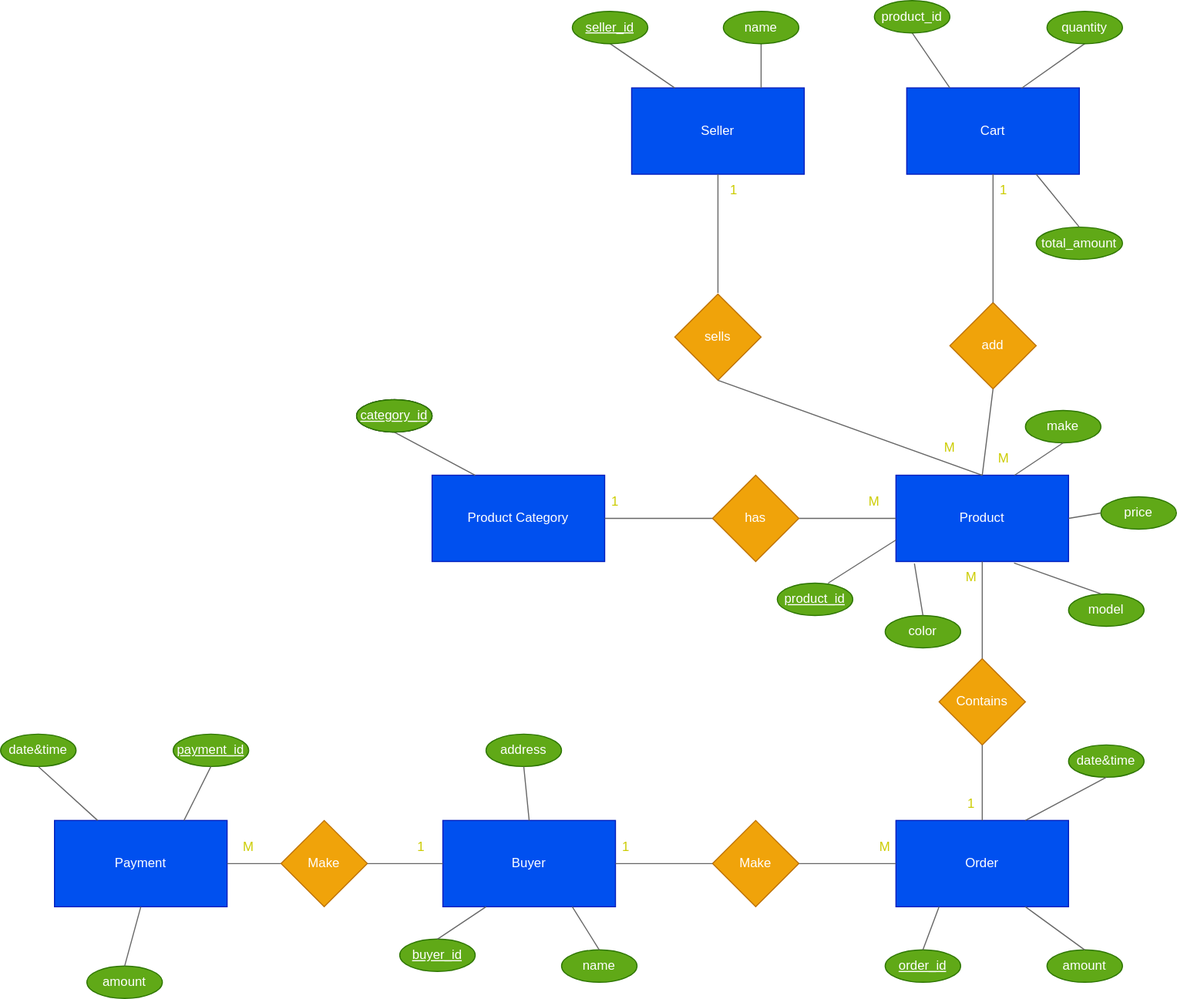
Hemakanth1/shopping-cart-system keeps this draw.io diagram as ER_diagram.drawio.svg. Above is the earlier version. Source tidied: cells renumbered, new cells last; positions are measured from the earlier drawing's top-left corner, leaving out a move shared by most shapes.
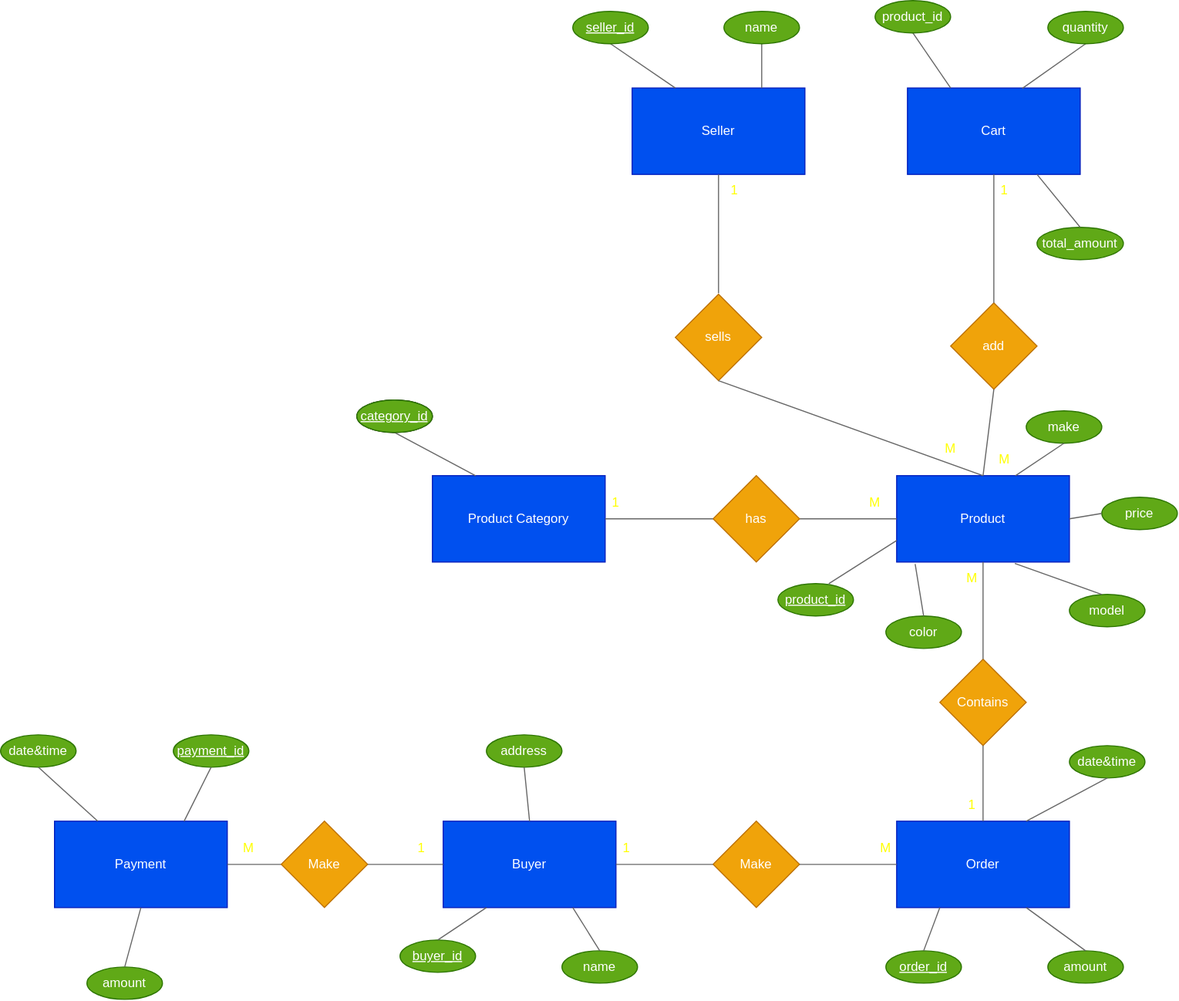
Above is the later version.

Diff of the diagram source:
```diff
@@ -204,40 +204,40 @@
     <mxCell id="67" value="quantity" style="ellipse;whiteSpace=wrap;html=1;fontColor=#ffffff;fillColor=#60a917;strokeColor=#2D7600;" parent="1" vertex="1">
       <mxGeometry x="970" y="10" width="70" height="30" as="geometry" />
     </mxCell>
-    <mxCell id="68" value="M" style="text;html=1;strokeColor=none;fillColor=none;align=center;verticalAlign=middle;whiteSpace=wrap;rounded=0;fontColor=#CCCC00;" parent="1" vertex="1">
+    <mxCell id="68" value="M" style="text;html=1;strokeColor=none;fillColor=none;align=center;verticalAlign=middle;whiteSpace=wrap;rounded=0;fontColor=#FFFF00;" parent="1" vertex="1">
       <mxGeometry x="200" y="770" width="60" height="30" as="geometry" />
     </mxCell>
-    <mxCell id="69" value="1" style="text;html=1;strokeColor=none;fillColor=none;align=center;verticalAlign=middle;whiteSpace=wrap;rounded=0;fontColor=#CCCC00;" parent="1" vertex="1">
+    <mxCell id="69" value="1" style="text;html=1;strokeColor=none;fillColor=none;align=center;verticalAlign=middle;whiteSpace=wrap;rounded=0;fontColor=#FFFF00;" parent="1" vertex="1">
       <mxGeometry x="360" y="770" width="60" height="30" as="geometry" />
     </mxCell>
-    <mxCell id="70" value="1" style="text;html=1;strokeColor=none;fillColor=none;align=center;verticalAlign=middle;whiteSpace=wrap;rounded=0;fontColor=#CCCC00;" parent="1" vertex="1">
+    <mxCell id="70" value="1" style="text;html=1;strokeColor=none;fillColor=none;align=center;verticalAlign=middle;whiteSpace=wrap;rounded=0;fontColor=#FFFF00;" parent="1" vertex="1">
       <mxGeometry x="550" y="770" width="60" height="30" as="geometry" />
     </mxCell>
-    <mxCell id="71" value="M" style="text;html=1;strokeColor=none;fillColor=none;align=center;verticalAlign=middle;whiteSpace=wrap;rounded=0;fontColor=#CCCC00;" parent="1" vertex="1">
+    <mxCell id="71" value="M" style="text;html=1;strokeColor=none;fillColor=none;align=center;verticalAlign=middle;whiteSpace=wrap;rounded=0;fontColor=#FFFF00;" parent="1" vertex="1">
       <mxGeometry x="790" y="770" width="60" height="30" as="geometry" />
     </mxCell>
-    <mxCell id="72" value="1" style="text;html=1;strokeColor=none;fillColor=none;align=center;verticalAlign=middle;whiteSpace=wrap;rounded=0;fontColor=#CCCC00;" parent="1" vertex="1">
+    <mxCell id="72" value="1" style="text;html=1;strokeColor=none;fillColor=none;align=center;verticalAlign=middle;whiteSpace=wrap;rounded=0;fontColor=#FFFF00;" parent="1" vertex="1">
       <mxGeometry x="870" y="730" width="60" height="30" as="geometry" />
     </mxCell>
-    <mxCell id="73" value="M" style="text;html=1;strokeColor=none;fillColor=none;align=center;verticalAlign=middle;whiteSpace=wrap;rounded=0;fontColor=#CCCC00;" parent="1" vertex="1">
+    <mxCell id="73" value="M" style="text;html=1;strokeColor=none;fillColor=none;align=center;verticalAlign=middle;whiteSpace=wrap;rounded=0;fontColor=#FFFF00;" parent="1" vertex="1">
       <mxGeometry x="870" y="520" width="60" height="30" as="geometry" />
     </mxCell>
-    <mxCell id="74" value="M" style="text;html=1;strokeColor=none;fillColor=none;align=center;verticalAlign=middle;whiteSpace=wrap;rounded=0;fontColor=#CCCC00;" parent="1" vertex="1">
+    <mxCell id="74" value="M" style="text;html=1;strokeColor=none;fillColor=none;align=center;verticalAlign=middle;whiteSpace=wrap;rounded=0;fontColor=#FFFF00;" parent="1" vertex="1">
       <mxGeometry x="900" y="410" width="60" height="30" as="geometry" />
     </mxCell>
-    <mxCell id="75" value="1" style="text;html=1;strokeColor=none;fillColor=none;align=center;verticalAlign=middle;whiteSpace=wrap;rounded=0;fontColor=#CCCC00;" parent="1" vertex="1">
+    <mxCell id="75" value="1" style="text;html=1;strokeColor=none;fillColor=none;align=center;verticalAlign=middle;whiteSpace=wrap;rounded=0;fontColor=#FFFF00;" parent="1" vertex="1">
       <mxGeometry x="900" y="161" width="60" height="30" as="geometry" />
     </mxCell>
-    <mxCell id="76" value="M" style="text;html=1;strokeColor=none;fillColor=none;align=center;verticalAlign=middle;whiteSpace=wrap;rounded=0;fontColor=#CCCC00;" parent="1" vertex="1">
+    <mxCell id="76" value="M" style="text;html=1;strokeColor=none;fillColor=none;align=center;verticalAlign=middle;whiteSpace=wrap;rounded=0;fontColor=#FFFF00;" parent="1" vertex="1">
       <mxGeometry x="850" y="400" width="60" height="30" as="geometry" />
     </mxCell>
-    <mxCell id="77" value="1" style="text;html=1;strokeColor=none;fillColor=none;align=center;verticalAlign=middle;whiteSpace=wrap;rounded=0;fontColor=#CCCC00;" parent="1" vertex="1">
+    <mxCell id="77" value="1" style="text;html=1;strokeColor=none;fillColor=none;align=center;verticalAlign=middle;whiteSpace=wrap;rounded=0;fontColor=#FFFF00;" parent="1" vertex="1">
       <mxGeometry x="650" y="161" width="60" height="30" as="geometry" />
     </mxCell>
-    <mxCell id="78" value="1" style="text;html=1;strokeColor=none;fillColor=none;align=center;verticalAlign=middle;whiteSpace=wrap;rounded=0;fontColor=#CCCC00;" parent="1" vertex="1">
+    <mxCell id="78" value="1" style="text;html=1;strokeColor=none;fillColor=none;align=center;verticalAlign=middle;whiteSpace=wrap;rounded=0;fontColor=#FFFF00;" parent="1" vertex="1">
       <mxGeometry x="540" y="450" width="60" height="30" as="geometry" />
     </mxCell>
-    <mxCell id="79" value="M" style="text;html=1;strokeColor=none;fillColor=none;align=center;verticalAlign=middle;whiteSpace=wrap;rounded=0;fontColor=#CCCC00;" parent="1" vertex="1">
+    <mxCell id="79" value="M" style="text;html=1;strokeColor=none;fillColor=none;align=center;verticalAlign=middle;whiteSpace=wrap;rounded=0;fontColor=#FFFF00;" parent="1" vertex="1">
       <mxGeometry x="780" y="450" width="60" height="30" as="geometry" />
     </mxCell>
   </root>
```
